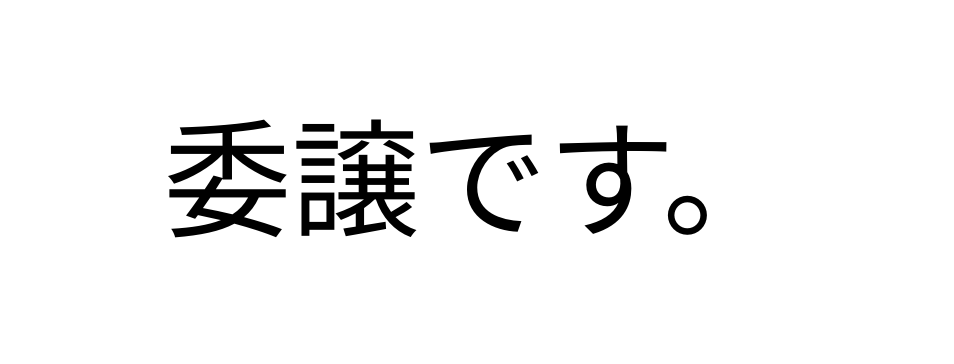
The draw.io diagram page "以上" (10 of 10) of Doc/サーバー側説明.drawio in 3doriTea/VRTea, before the edit. Source tidied: cells renumbered, new cells numbered last; positions are measured from the earlier drawing's top-left corner, leaving out a move shared by most shapes. Both pictures are drawn from the tidied source at 100%, with x=0, y=0 at pixel (17, 17).
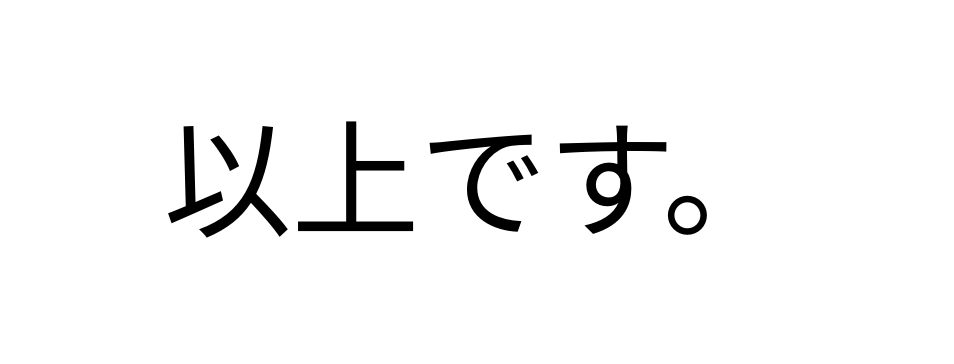
Above is the later version.

Commit message:
サーバー側説明.drawio を更新

Change to the diagram source:
```diff
@@
 <mxGraphModel>
   <root>
     <mxCell id="0" />
     <mxCell id="1" parent="0" />
-    <mxCell id="2" value="&lt;span style=&quot;text-wrap-mode: nowrap;&quot;&gt;委譲です。&lt;/span&gt;" style="text;html=1;whiteSpace=wrap;strokeColor=none;fillColor=none;align=center;verticalAlign=middle;rounded=0;fontSize=128;" parent="1" vertex="1">
+    <mxCell id="2" value="&lt;span style=&quot;text-wrap-mode: nowrap;&quot;&gt;以上&lt;/span&gt;&lt;span style=&quot;text-wrap-mode: nowrap; background-color: transparent; color: light-dark(rgb(0, 0, 0), rgb(255, 255, 255));&quot;&gt;です。&lt;/span&gt;" style="text;html=1;whiteSpace=wrap;strokeColor=none;fillColor=none;align=center;verticalAlign=middle;rounded=0;fontSize=128;" parent="1" vertex="1">
       <mxGeometry width="920" height="330" as="geometry" />
     </mxCell>
   </root>
 </mxGraphModel>
```
